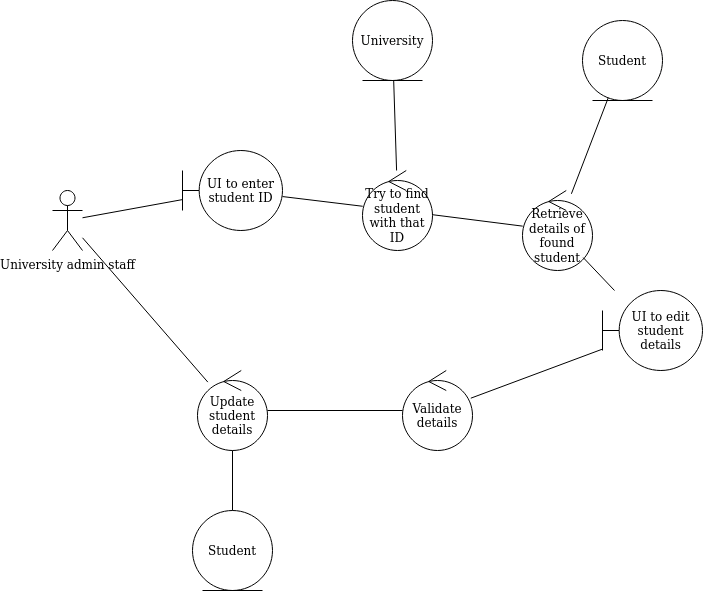
nwcourses/nwcourses.github.io keeps this draw.io diagram as images/robustness_edit_student.drawio.png. Above is the earlier version. Source tidied: cells renumbered, new cells last; positions are measured from the earlier drawing's top-left corner, leaving out a move shared by most shapes. The source it was exported from:
```xml
<mxGraphModel>
  <root>
    <mxCell id="0" />
    <mxCell id="1" parent="0" />
    <mxCell id="2" value="University admin staff" style="shape=umlActor;verticalLabelPosition=bottom;verticalAlign=top;html=1;" parent="1" vertex="1">
      <mxGeometry y="190" width="30" height="60" as="geometry" />
    </mxCell>
    <mxCell id="3" value="UI to enter student ID" style="shape=umlBoundary;whiteSpace=wrap;html=1;" parent="1" vertex="1">
      <mxGeometry x="130" y="150" width="100" height="80" as="geometry" />
    </mxCell>
    <mxCell id="4" value="Try to find student with that ID" style="ellipse;shape=umlControl;whiteSpace=wrap;html=1;" parent="1" vertex="1">
      <mxGeometry x="310" y="170" width="70" height="80" as="geometry" />
    </mxCell>
    <mxCell id="5" value="UI to edit student details" style="shape=umlBoundary;whiteSpace=wrap;html=1;" parent="1" vertex="1">
      <mxGeometry x="550" y="290" width="100" height="80" as="geometry" />
    </mxCell>
    <mxCell id="6" value="Validate details" style="ellipse;shape=umlControl;whiteSpace=wrap;html=1;" parent="1" vertex="1">
      <mxGeometry x="350" y="370" width="70" height="80" as="geometry" />
    </mxCell>
    <mxCell id="7" value="Update student details" style="ellipse;shape=umlControl;whiteSpace=wrap;html=1;" parent="1" vertex="1">
      <mxGeometry x="145" y="370" width="70" height="80" as="geometry" />
    </mxCell>
    <mxCell id="8" value="University" style="ellipse;shape=umlEntity;whiteSpace=wrap;html=1;" parent="1" vertex="1">
      <mxGeometry x="300" width="80" height="80" as="geometry" />
    </mxCell>
    <mxCell id="9" value="Student" style="ellipse;shape=umlEntity;whiteSpace=wrap;html=1;" parent="1" vertex="1">
      <mxGeometry x="140" y="510" width="80" height="80" as="geometry" />
    </mxCell>
    <mxCell id="10" value="Retrieve details of found student" style="ellipse;shape=umlControl;whiteSpace=wrap;html=1;" parent="1" vertex="1">
      <mxGeometry x="470" y="190" width="70" height="80" as="geometry" />
    </mxCell>
    <mxCell id="11" style="endArrow=none;html=1;rounded=0;" parent="1" edge="1" source="2" target="3">
      <mxGeometry relative="1" as="geometry" />
    </mxCell>
    <mxCell id="12" style="endArrow=none;html=1;rounded=0;" parent="1" edge="1" source="3" target="4">
      <mxGeometry relative="1" as="geometry" />
    </mxCell>
    <mxCell id="13" style="endArrow=none;html=1;rounded=0;" parent="1" edge="1" source="4" target="10">
      <mxGeometry relative="1" as="geometry" />
    </mxCell>
    <mxCell id="14" style="endArrow=none;html=1;rounded=0;" parent="1" edge="1" source="10" target="5">
      <mxGeometry relative="1" as="geometry" />
    </mxCell>
    <mxCell id="15" style="endArrow=none;html=1;rounded=0;" parent="1" edge="1" source="6" target="5">
      <mxGeometry relative="1" as="geometry" />
    </mxCell>
    <mxCell id="16" style="endArrow=none;html=1;rounded=0;" parent="1" edge="1" source="7" target="6">
      <mxGeometry relative="1" as="geometry" />
    </mxCell>
    <mxCell id="17" style="endArrow=none;html=1;rounded=0;" parent="1" edge="1" source="2" target="7">
      <mxGeometry relative="1" as="geometry" />
    </mxCell>
    <mxCell id="18" style="endArrow=none;html=1;rounded=0;" parent="1" edge="1" source="4" target="8">
      <mxGeometry relative="1" as="geometry" />
    </mxCell>
    <mxCell id="19" style="endArrow=none;html=1;rounded=0;" parent="1" edge="1" source="7" target="9">
      <mxGeometry relative="1" as="geometry" />
    </mxCell>
    <mxCell id="20" value="Student" style="ellipse;shape=umlEntity;whiteSpace=wrap;html=1;" parent="1" vertex="1">
      <mxGeometry x="530" y="20" width="80" height="80" as="geometry" />
    </mxCell>
    <mxCell id="21" style="endArrow=none;html=1;rounded=0;" parent="1" edge="1" source="10" target="20">
      <mxGeometry relative="1" as="geometry" />
    </mxCell>
  </root>
</mxGraphModel>
```
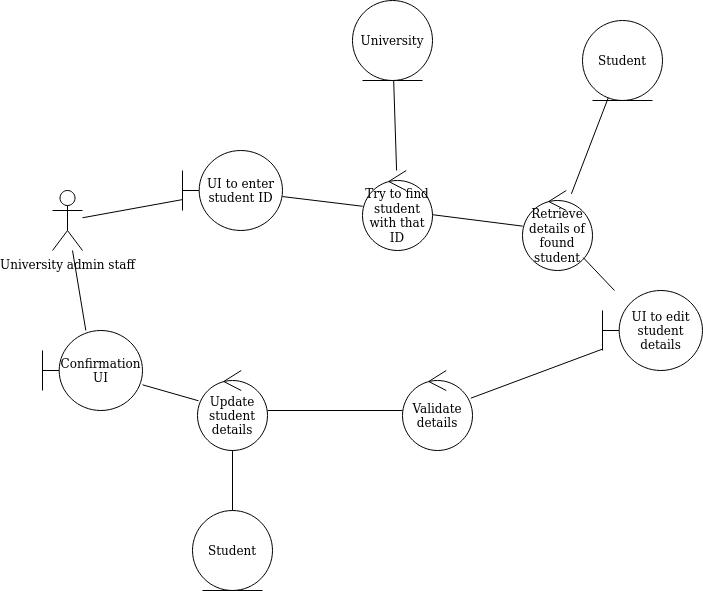
The same file after the commit.

Diff of the diagram source:
```diff
@@ -47,9 +47,6 @@
     <mxCell id="16" style="endArrow=none;html=1;rounded=0;" parent="1" edge="1" source="7" target="6">
       <mxGeometry relative="1" as="geometry" />
     </mxCell>
-    <mxCell id="17" style="endArrow=none;html=1;rounded=0;" parent="1" edge="1" source="2" target="7">
-      <mxGeometry relative="1" as="geometry" />
-    </mxCell>
     <mxCell id="18" style="endArrow=none;html=1;rounded=0;" parent="1" edge="1" source="4" target="8">
       <mxGeometry relative="1" as="geometry" />
     </mxCell>
@@ -62,5 +59,14 @@
     <mxCell id="21" style="endArrow=none;html=1;rounded=0;" parent="1" edge="1" source="10" target="20">
       <mxGeometry relative="1" as="geometry" />
     </mxCell>
+    <mxCell id="22" value="Confirmation UI" style="shape=umlBoundary;whiteSpace=wrap;html=1;" parent="1" vertex="1">
+      <mxGeometry x="-10" y="330" width="100" height="80" as="geometry" />
+    </mxCell>
+    <mxCell id="23" style="endArrow=none;html=1;rounded=0;" parent="1" edge="1" source="22" target="7">
+      <mxGeometry relative="1" as="geometry" />
+    </mxCell>
+    <mxCell id="24" style="endArrow=none;html=1;rounded=0;" parent="1" edge="1" source="2" target="22">
+      <mxGeometry relative="1" as="geometry" />
+    </mxCell>
   </root>
 </mxGraphModel>
```
